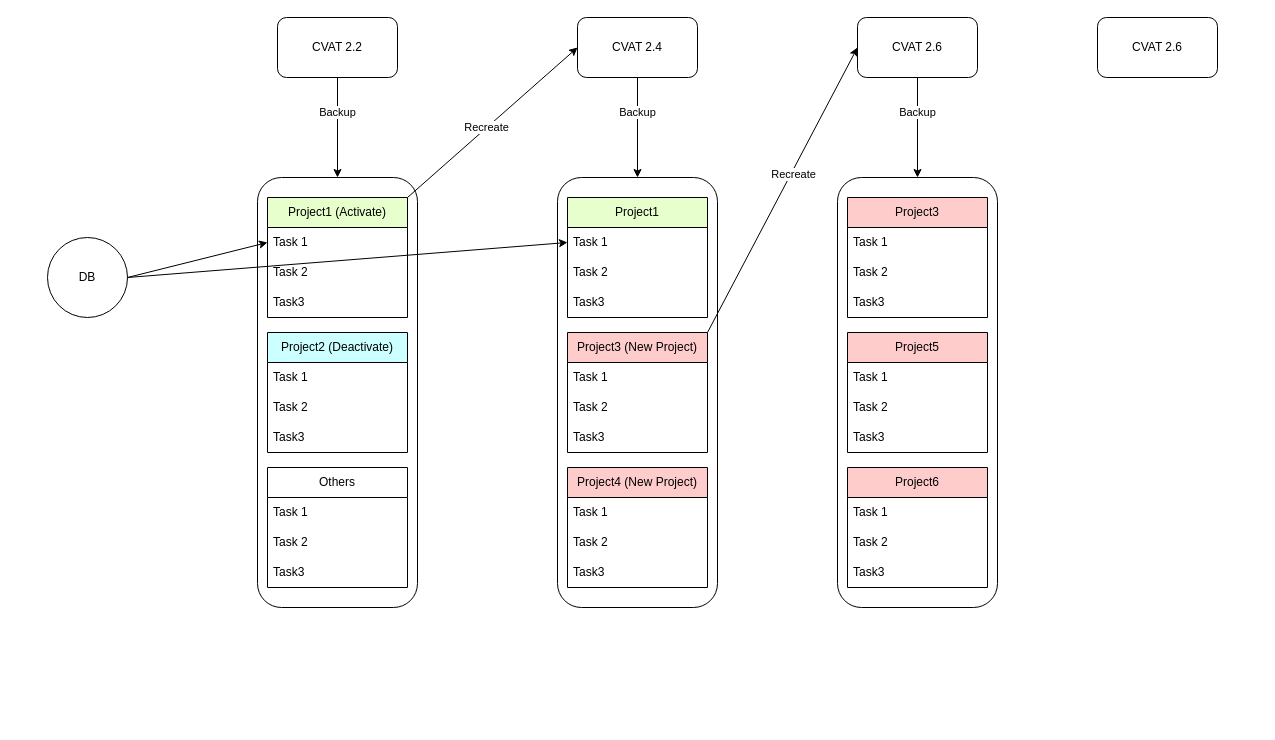
Before: cvat_backup.drawio in QAlexBall/diagrams, a draw.io diagram. Source tidied: cells renumbered, new cells numbered last; positions are measured from the earlier drawing's top-left corner, leaving out a move shared by most shapes. Both pictures are drawn from the tidied source at 100%, with x=0, y=0 at pixel (47, 17).
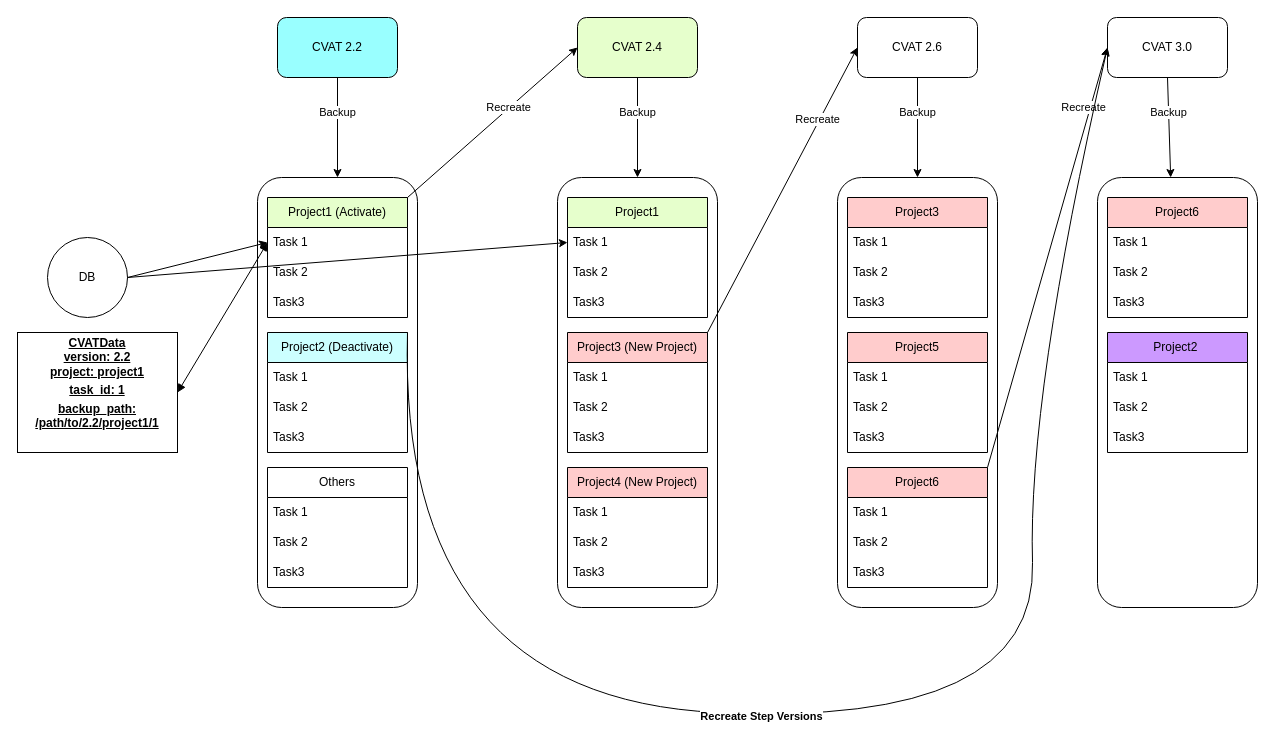
Above is the later version.

Unchanged cells that the change refers to:
```xml
<mxCell id="8" value="Task 1" style="text;strokeColor=none;fillColor=none;align=left;verticalAlign=middle;spacingLeft=4;spacingRight=4;overflow=hidden;points=[[0,0.5],[1,0.5]];portConstraint=eastwest;whiteSpace=wrap;html=1;" parent="7" vertex="1">
  <mxGeometry y="30" width="140" height="30" as="geometry" />
</mxCell>
<mxCell id="11" value="Project2 (Deactivate)" style="swimlane;fontStyle=0;horizontal=1;startSize=30;whiteSpace=wrap;html=1;fillColor=#CCFFFF;" parent="1" vertex="1">
  <mxGeometry x="220" y="315" width="140" height="120" as="geometry" />
</mxCell>
<mxCell id="31" style="endArrow=classic;html=1;rounded=0;exitX=1;exitY=0;exitDx=0;exitDy=0;entryX=0;entryY=0.5;entryDx=0;entryDy=0;" parent="1" edge="1" source="7" target="3">
  <mxGeometry relative="1" as="geometry" />
</mxCell>
<mxCell id="44" style="endArrow=classic;html=1;rounded=0;entryX=0;entryY=0.5;entryDx=0;entryDy=0;exitX=1;exitY=0;exitDx=0;exitDy=0;" parent="1" edge="1" source="24" target="4">
  <mxGeometry relative="1" as="geometry" />
</mxCell>
<mxCell id="54" value="Project6" style="swimlane;fontStyle=0;horizontal=1;startSize=30;whiteSpace=wrap;html=1;fillColor=#FFCCCC;" parent="1" vertex="1">
  <mxGeometry x="800" y="450" width="140" height="120" as="geometry" />
</mxCell>
```

What changed in the source:
```diff
@@
-    <mxCell id="2" value="CVAT 2.2" style="rounded=1;whiteSpace=wrap;html=1;" parent="1" vertex="1">
+    <mxCell id="2" value="CVAT 2.2" style="rounded=1;whiteSpace=wrap;html=1;fillColor=#99FFFF;" parent="1" vertex="1">
       <mxGeometry x="230" width="120" height="60" as="geometry" />
     </mxCell>
-    <mxCell id="3" value="CVAT 2.4" style="rounded=1;whiteSpace=wrap;html=1;" parent="1" vertex="1">
+    <mxCell id="3" value="CVAT 2.4" style="rounded=1;whiteSpace=wrap;html=1;fillColor=#E6FFCC;" parent="1" vertex="1">
       <mxGeometry x="530" width="120" height="60" as="geometry" />
     </mxCell>
@@
-    <mxCell id="5" value="CVAT 2.6" style="rounded=1;whiteSpace=wrap;html=1;" parent="1" vertex="1">
-      <mxGeometry x="1050" width="120" height="60" as="geometry" />
+    <mxCell id="5" value="CVAT 3.0" style="rounded=1;whiteSpace=wrap;html=1;" parent="1" vertex="1">
+      <mxGeometry x="1060" width="120" height="60" as="geometry" />
     </mxCell>
@@
     <mxCell id="32" value="Recreate" style="edgeLabel;html=1;align=center;verticalAlign=middle;" parent="31" vertex="1">
-      <mxGeometry x="-0.07" y="1" relative="1" as="geometry" />
+      <mxGeometry x="-0.07" y="1" relative="1" as="geometry">
+        <mxPoint x="22" y="-20" as="offset" />
+      </mxGeometry>
     </mxCell>
@@
     <mxCell id="45" value="Recreate" style="edgeLabel;html=1;align=center;verticalAlign=middle;" parent="44" vertex="1">
-      <mxGeometry x="0.12" y="-2" relative="1" as="geometry" />
+      <mxGeometry x="0.12" y="-2" relative="1" as="geometry">
+        <mxPoint x="24" y="-55" as="offset" />
+      </mxGeometry>
     </mxCell>
@@
+    <mxCell id="58" style="rounded=1;whiteSpace=wrap;html=1;" parent="1" vertex="1">
+      <mxGeometry x="1050" y="160" width="160" height="430" as="geometry" />
+    </mxCell>
+    <mxCell id="59" style="endArrow=classic;html=1;rounded=0;exitX=0.5;exitY=1;exitDx=0;exitDy=0;" parent="1" edge="1" source="5" target="58">
+      <mxGeometry relative="1" as="geometry" />
+    </mxCell>
+    <mxCell id="60" value="Backup" style="edgeLabel;html=1;align=center;verticalAlign=middle;" parent="59" vertex="1">
+      <mxGeometry x="-0.32" y="-1" relative="1" as="geometry" />
+    </mxCell>
+    <mxCell id="61" style="endArrow=classic;html=1;rounded=0;exitX=1;exitY=0;exitDx=0;exitDy=0;entryX=0;entryY=0.5;entryDx=0;entryDy=0;" parent="1" edge="1" source="54" target="5">
+      <mxGeometry relative="1" as="geometry" />
+    </mxCell>
+    <mxCell id="62" value="Recreate" style="edgeLabel;html=1;align=center;verticalAlign=middle;" parent="61" vertex="1">
+      <mxGeometry x="0.02" y="1" relative="1" as="geometry">
+        <mxPoint x="35" y="-146" as="offset" />
+      </mxGeometry>
+    </mxCell>
+    <mxCell id="63" value="Project6" style="swimlane;fontStyle=0;horizontal=1;startSize=30;whiteSpace=wrap;html=1;fillColor=#FFCCCC;" parent="1" vertex="1">
+      <mxGeometry x="1060" y="180" width="140" height="120" as="geometry" />
+    </mxCell>
+    <mxCell id="64" value="Task 1" style="text;strokeColor=none;fillColor=none;align=left;verticalAlign=middle;spacingLeft=4;spacingRight=4;overflow=hidden;whiteSpace=wrap;html=1;" parent="63" vertex="1">
+      <mxGeometry y="30" width="140" height="30" as="geometry" />
+    </mxCell>
+    <mxCell id="65" value="Task 2" style="text;strokeColor=none;fillColor=none;align=left;verticalAlign=middle;spacingLeft=4;spacingRight=4;overflow=hidden;whiteSpace=wrap;html=1;" parent="63" vertex="1">
+      <mxGeometry y="60" width="140" height="30" as="geometry" />
+    </mxCell>
+    <mxCell id="66" value="Task3" style="text;strokeColor=none;fillColor=none;align=left;verticalAlign=middle;spacingLeft=4;spacingRight=4;overflow=hidden;whiteSpace=wrap;html=1;" parent="63" vertex="1">
+      <mxGeometry y="90" width="140" height="30" as="geometry" />
+    </mxCell>
+    <mxCell id="67" style="curved=1;endArrow=classic;html=1;rounded=0;exitX=1;exitY=0;exitDx=0;exitDy=0;entryX=0;entryY=0.5;entryDx=0;entryDy=0;" parent="1" edge="1" source="11" target="5">
+      <mxGeometry relative="1" as="geometry">
+        <Array as="points">
+          <mxPoint x="350" y="680" />
+          <mxPoint x="990" y="710" />
+          <mxPoint x="980" y="380" />
+        </Array>
+      </mxGeometry>
+    </mxCell>
+    <mxCell id="68" value="&lt;b&gt;Recreate Step Versions&lt;/b&gt;" style="edgeLabel;html=1;align=center;verticalAlign=middle;" parent="67" vertex="1">
+      <mxGeometry x="-0.14" y="-1" relative="1" as="geometry" />
+    </mxCell>
+    <mxCell id="69" value="Project2&amp;nbsp;" style="swimlane;fontStyle=0;horizontal=1;startSize=30;whiteSpace=wrap;html=1;fillColor=#CC99FF;" parent="1" vertex="1">
+      <mxGeometry x="1060" y="315" width="140" height="120" as="geometry" />
+    </mxCell>
+    <mxCell id="70" value="Task 1" style="text;strokeColor=none;fillColor=none;align=left;verticalAlign=middle;spacingLeft=4;spacingRight=4;overflow=hidden;whiteSpace=wrap;html=1;" parent="69" vertex="1">
+      <mxGeometry y="30" width="140" height="30" as="geometry" />
+    </mxCell>
+    <mxCell id="71" value="Task 2" style="text;strokeColor=none;fillColor=none;align=left;verticalAlign=middle;spacingLeft=4;spacingRight=4;overflow=hidden;whiteSpace=wrap;html=1;" parent="69" vertex="1">
+      <mxGeometry y="60" width="140" height="30" as="geometry" />
+    </mxCell>
+    <mxCell id="72" value="Task3" style="text;strokeColor=none;fillColor=none;align=left;verticalAlign=middle;spacingLeft=4;spacingRight=4;overflow=hidden;whiteSpace=wrap;html=1;" parent="69" vertex="1">
+      <mxGeometry y="90" width="140" height="30" as="geometry" />
+    </mxCell>
+    <mxCell id="73" value="&lt;p style=&quot;margin:0px;margin-top:4px;text-align:center;text-decoration:underline;&quot;&gt;&lt;b&gt;CVATData&lt;br&gt;version: 2.2&lt;br&gt;project: project1&lt;/b&gt;&lt;/p&gt;&lt;p style=&quot;margin:0px;margin-top:4px;text-align:center;text-decoration:underline;&quot;&gt;&lt;b&gt;task_id: 1&lt;/b&gt;&lt;/p&gt;&lt;p style=&quot;margin:0px;margin-top:4px;text-align:center;text-decoration:underline;&quot;&gt;&lt;b&gt;backup_path: /path/to/2.2/project1/1&lt;br&gt;&lt;/b&gt;&lt;/p&gt;" style="verticalAlign=top;align=left;overflow=fill;fontSize=12;fontFamily=Helvetica;html=1;whiteSpace=wrap;" parent="1" vertex="1">
+      <mxGeometry x="-30" y="315" width="160" height="120" as="geometry" />
+    </mxCell>
+    <mxCell id="74" style="endArrow=block;startArrow=block;endFill=1;startFill=1;html=1;rounded=0;exitX=1;exitY=0.5;exitDx=0;exitDy=0;entryX=0;entryY=0.5;entryDx=0;entryDy=0;" parent="1" edge="1" source="73" target="8">
+      <mxGeometry relative="1" as="geometry" />
+    </mxCell>
```
